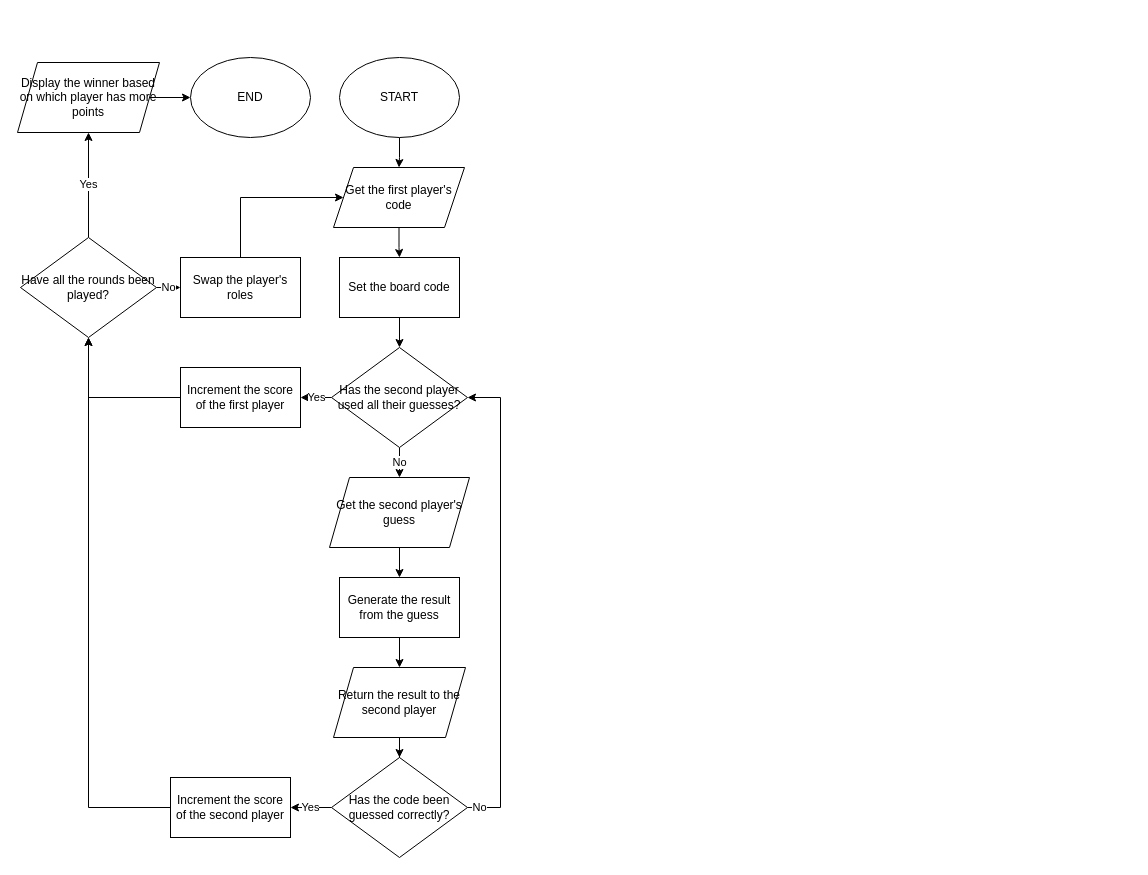
Above: Diagrams/Program flow diagram.drawio in Rufushwilliams/NEA---MasterMind (draw.io), before the change. Source tidied: cells renumbered, new cells numbered last; positions are measured from the earlier drawing's top-left corner, leaving out a move shared by most shapes. Both pictures are drawn from the tidied source at 100%, with x=0, y=0 at pixel (17, 57).
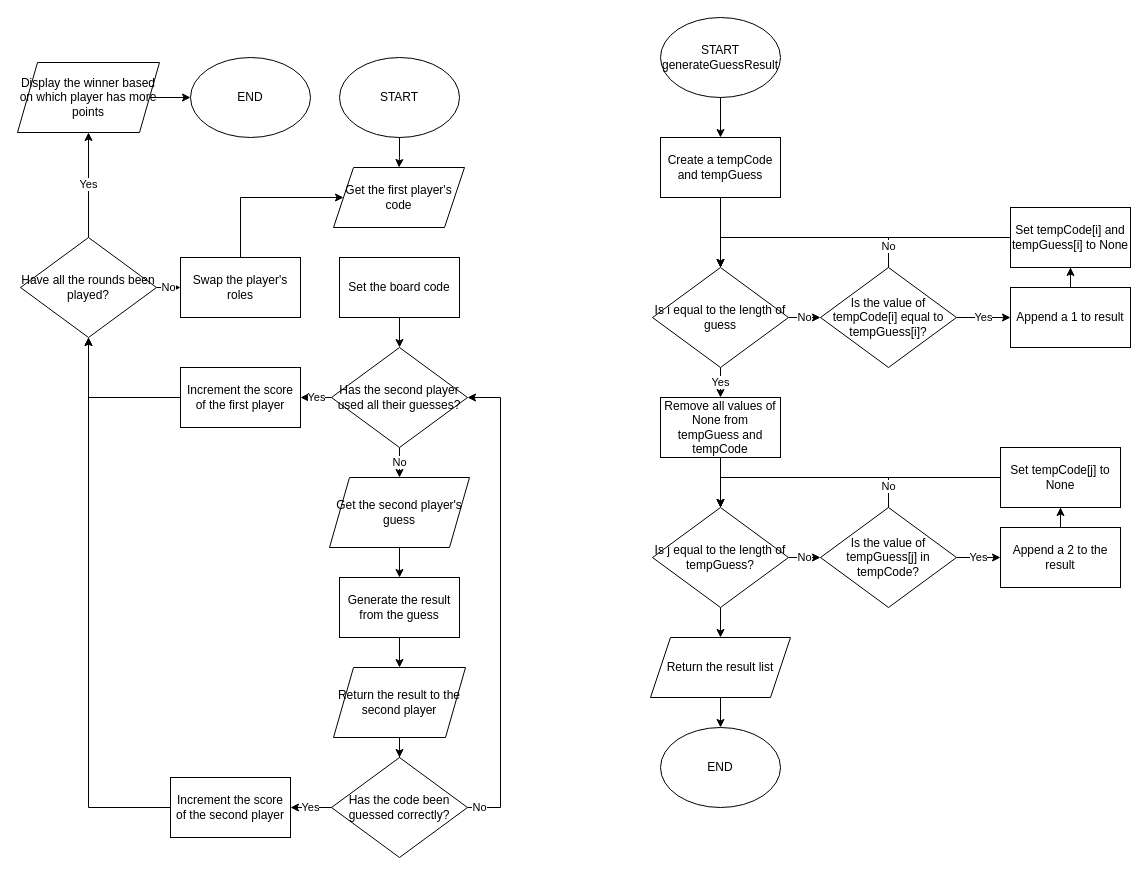
The same page after the edit.

Unchanged cells that the change refers to:
```xml
<mxCell id="5" value="Get the first player's code" style="shape=parallelogram;perimeter=parallelogramPerimeter;whiteSpace=wrap;html=1;fixedSize=1;" parent="1" vertex="1">
  <mxGeometry x="316" y="110" width="131" height="60" as="geometry" />
</mxCell>
<mxCell id="7" value="Set the board code" style="rounded=0;whiteSpace=wrap;html=1;" parent="1" vertex="1">
  <mxGeometry x="322" y="200" width="120" height="60" as="geometry" />
</mxCell>
```

What changed in the source:
```diff
@@
-    <mxCell id="4" style="edgeStyle=orthogonalEdgeStyle;rounded=0;jettySize=auto;html=1;" parent="1" edge="1" source="5" target="7">
-      <mxGeometry relative="1" as="geometry" />
+    <mxCell id="4" style="edgeStyle=orthogonalEdgeStyle;rounded=0;jettySize=auto;html=1;" parent="1" edge="1" source="44" target="36">
+      <mxGeometry relative="1" as="geometry">
+        <Array as="points">
+          <mxPoint x="703" y="180" />
+        </Array>
+      </mxGeometry>
     </mxCell>
@@
+    <mxCell id="32" style="edgeStyle=orthogonalEdgeStyle;rounded=0;jettySize=auto;html=1;" parent="1" edge="1" source="33" target="43">
+      <mxGeometry relative="1" as="geometry" />
+    </mxCell>
+    <mxCell id="33" value="START&lt;br&gt;generateGuessResult" style="ellipse;whiteSpace=wrap;html=1;" parent="1" vertex="1">
+      <mxGeometry x="643" y="-40" width="120" height="80" as="geometry" />
+    </mxCell>
+    <mxCell id="34" value="No" style="edgeStyle=orthogonalEdgeStyle;rounded=0;jettySize=auto;html=1;" parent="1" edge="1" source="36" target="38">
+      <mxGeometry relative="1" as="geometry" />
+    </mxCell>
+    <mxCell id="35" value="Yes" style="edgeStyle=orthogonalEdgeStyle;rounded=0;jettySize=auto;html=1;" parent="1" edge="1" source="36" target="46">
+      <mxGeometry relative="1" as="geometry" />
+    </mxCell>
+    <mxCell id="36" value="Is i equal to the length of guess" style="rhombus;whiteSpace=wrap;html=1;" parent="1" vertex="1">
+      <mxGeometry x="635" y="210" width="136" height="100" as="geometry" />
+    </mxCell>
+    <mxCell id="37" value="Yes" style="edgeStyle=orthogonalEdgeStyle;rounded=0;jettySize=auto;html=1;" parent="1" edge="1" source="38" target="40">
+      <mxGeometry relative="1" as="geometry" />
+    </mxCell>
+    <mxCell id="38" value="Is the value of tempCode[i] equal to tempGuess[i]?" style="rhombus;whiteSpace=wrap;html=1;" parent="1" vertex="1">
+      <mxGeometry x="803" y="210" width="136" height="100" as="geometry" />
+    </mxCell>
+    <mxCell id="39" style="edgeStyle=orthogonalEdgeStyle;rounded=0;jettySize=auto;html=1;" parent="1" edge="1" source="40" target="44">
+      <mxGeometry relative="1" as="geometry" />
+    </mxCell>
+    <mxCell id="40" value="Append a 1 to result" style="rounded=0;whiteSpace=wrap;html=1;" parent="1" vertex="1">
+      <mxGeometry x="993" y="230" width="120" height="60" as="geometry" />
+    </mxCell>
+    <mxCell id="41" value="No" style="edgeStyle=orthogonalEdgeStyle;rounded=0;jettySize=auto;html=1;entryX=0.5;entryY=0;entryDx=0;entryDy=0;" parent="1" edge="1" source="38" target="36">
+      <mxGeometry x="-0.82" relative="1" as="geometry">
+        <Array as="points">
+          <mxPoint x="871" y="180" />
+          <mxPoint x="703" y="180" />
+        </Array>
+      </mxGeometry>
+    </mxCell>
+    <mxCell id="42" style="edgeStyle=orthogonalEdgeStyle;rounded=0;jettySize=auto;html=1;" parent="1" edge="1" source="43" target="36">
+      <mxGeometry relative="1" as="geometry" />
+    </mxCell>
+    <mxCell id="43" value="Create a tempCode and tempGuess" style="rounded=0;whiteSpace=wrap;html=1;" parent="1" vertex="1">
+      <mxGeometry x="643" y="80" width="120" height="60" as="geometry" />
+    </mxCell>
+    <mxCell id="44" value="Set tempCode[i] and tempGuess[i] to None" style="rounded=0;whiteSpace=wrap;html=1;" parent="1" vertex="1">
+      <mxGeometry x="993" y="150" width="120" height="60" as="geometry" />
+    </mxCell>
+    <mxCell id="45" style="edgeStyle=orthogonalEdgeStyle;rounded=0;jettySize=auto;html=1;" parent="1" edge="1" source="46" target="49">
+      <mxGeometry relative="1" as="geometry" />
+    </mxCell>
+    <mxCell id="46" value="Remove all values of None from tempGuess and tempCode" style="rounded=0;whiteSpace=wrap;html=1;" parent="1" vertex="1">
+      <mxGeometry x="643" y="340" width="120" height="60" as="geometry" />
+    </mxCell>
+    <mxCell id="47" value="No" style="edgeStyle=orthogonalEdgeStyle;rounded=0;jettySize=auto;html=1;" parent="1" edge="1" source="49" target="51">
+      <mxGeometry relative="1" as="geometry" />
+    </mxCell>
+    <mxCell id="48" style="edgeStyle=orthogonalEdgeStyle;rounded=0;jettySize=auto;html=1;" parent="1" edge="1" source="49" target="58">
+      <mxGeometry relative="1" as="geometry" />
+    </mxCell>
+    <mxCell id="49" value="Is j equal to the length of tempGuess?" style="rhombus;whiteSpace=wrap;html=1;" parent="1" vertex="1">
+      <mxGeometry x="635" y="450" width="136" height="100" as="geometry" />
+    </mxCell>
+    <mxCell id="50" value="Yes" style="edgeStyle=orthogonalEdgeStyle;rounded=0;jettySize=auto;html=1;" parent="1" edge="1" source="51" target="53">
+      <mxGeometry relative="1" as="geometry" />
+    </mxCell>
+    <mxCell id="51" value="Is the value of tempGuess[j] in tempCode?" style="rhombus;whiteSpace=wrap;html=1;" parent="1" vertex="1">
+      <mxGeometry x="803" y="450" width="136" height="100" as="geometry" />
+    </mxCell>
+    <mxCell id="52" style="edgeStyle=orthogonalEdgeStyle;rounded=0;jettySize=auto;html=1;" parent="1" edge="1" source="53" target="55">
+      <mxGeometry relative="1" as="geometry" />
+    </mxCell>
+    <mxCell id="53" value="Append a 2 to the result" style="rounded=0;whiteSpace=wrap;html=1;" parent="1" vertex="1">
+      <mxGeometry x="983" y="470" width="120" height="60" as="geometry" />
+    </mxCell>
+    <mxCell id="54" style="edgeStyle=orthogonalEdgeStyle;rounded=0;jettySize=auto;html=1;" parent="1" edge="1" source="55" target="49">
+      <mxGeometry relative="1" as="geometry">
+        <Array as="points">
+          <mxPoint x="703" y="420" />
+        </Array>
+      </mxGeometry>
+    </mxCell>
+    <mxCell id="55" value="Set tempCode[j] to None" style="rounded=0;whiteSpace=wrap;html=1;" parent="1" vertex="1">
+      <mxGeometry x="983" y="390" width="120" height="60" as="geometry" />
+    </mxCell>
+    <mxCell id="56" value="No" style="edgeStyle=orthogonalEdgeStyle;rounded=0;jettySize=auto;html=1;" parent="1" edge="1" source="51" target="49">
+      <mxGeometry x="-0.82" relative="1" as="geometry">
+        <Array as="points">
+          <mxPoint x="871" y="420" />
+          <mxPoint x="703" y="420" />
+        </Array>
+      </mxGeometry>
+    </mxCell>
+    <mxCell id="57" style="edgeStyle=orthogonalEdgeStyle;rounded=0;jettySize=auto;html=1;" parent="1" edge="1" source="58" target="59">
+      <mxGeometry relative="1" as="geometry" />
+    </mxCell>
+    <mxCell id="58" value="Return the result list" style="shape=parallelogram;perimeter=parallelogramPerimeter;whiteSpace=wrap;html=1;fixedSize=1;" parent="1" vertex="1">
+      <mxGeometry x="633" y="580" width="140" height="60" as="geometry" />
+    </mxCell>
+    <mxCell id="59" value="END" style="ellipse;whiteSpace=wrap;html=1;" parent="1" vertex="1">
+      <mxGeometry x="643" y="670" width="120" height="80" as="geometry" />
+    </mxCell>
```
